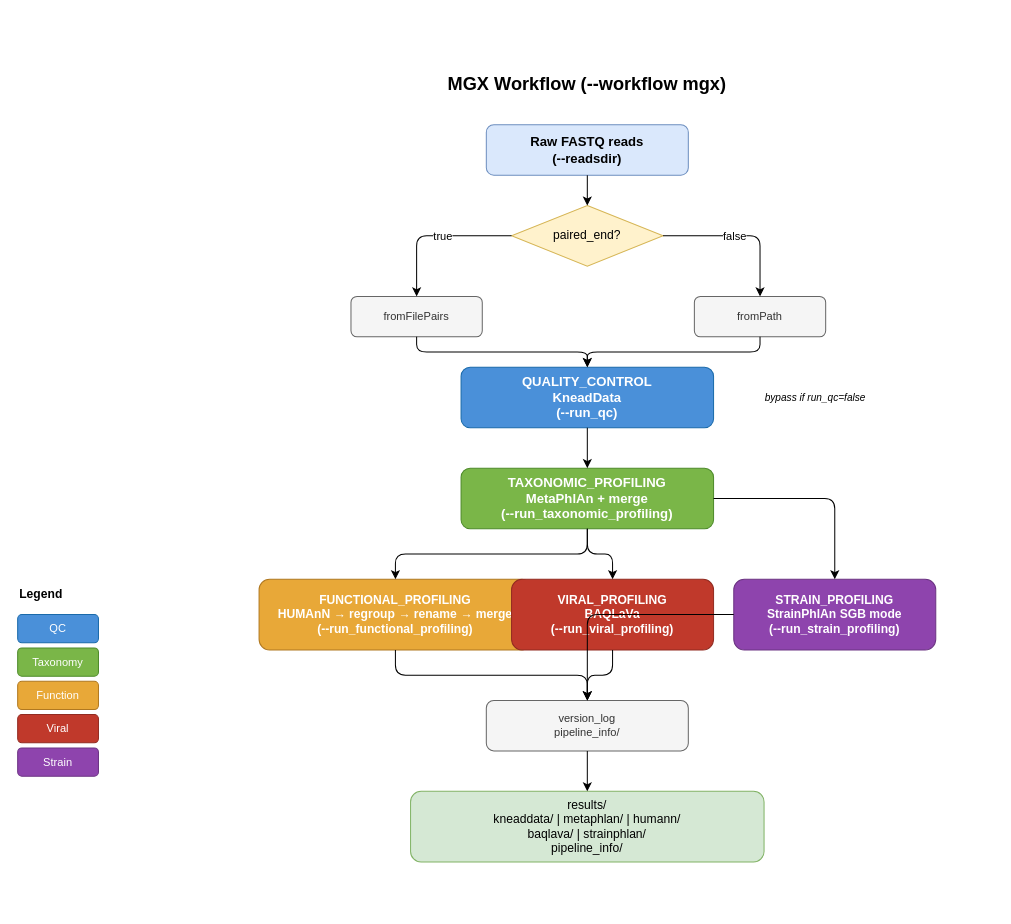
Before: assets/diagrams/mgx_workflow.drawio in biobakery/HVP-nextflow, a draw.io diagram. Source tidied: cells renumbered, new cells numbered last; positions are measured from the earlier drawing's top-left corner, leaving out a move shared by most shapes. Both pictures are drawn from the tidied source at 101%, with x=0, y=0 at pixel (17, 64).
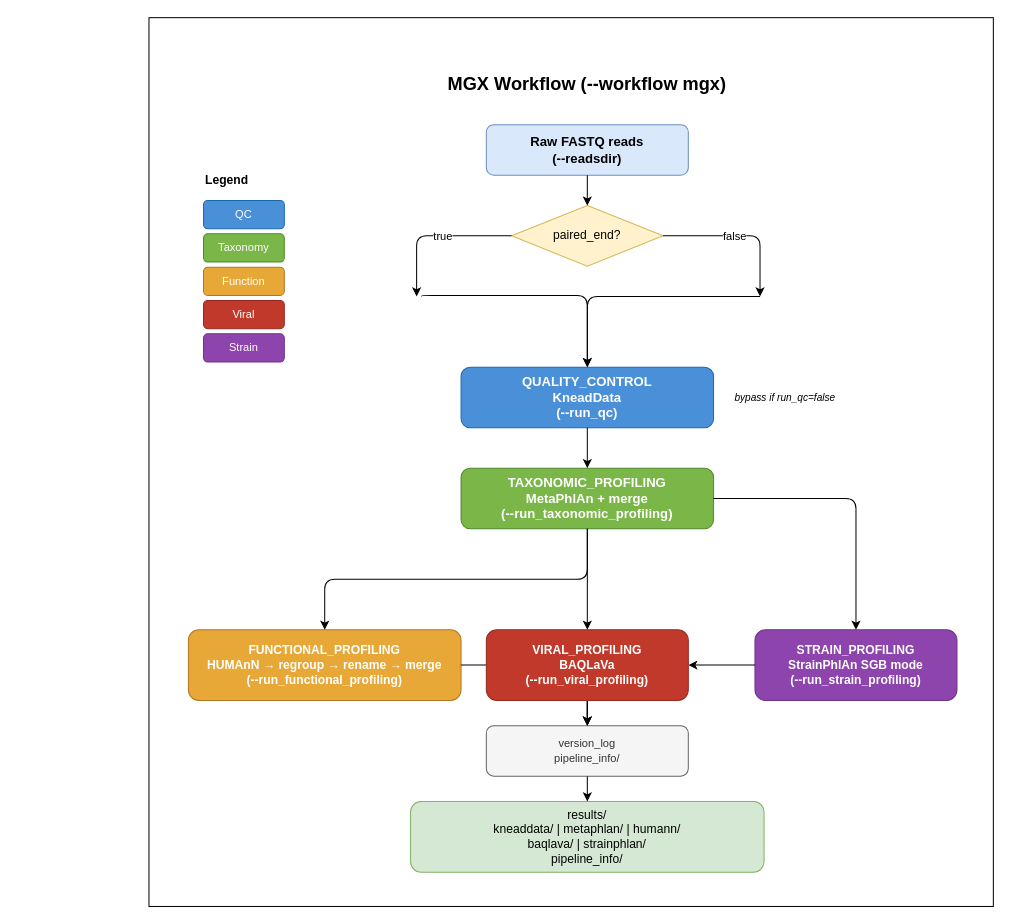
Above is the later version.

The change refers to these unchanged cells:
```xml
<mxCell id="4" value="paired_end?" style="rhombus;whiteSpace=wrap;html=1;fillColor=#fff2cc;strokeColor=#d6b656;fontSize=12;" parent="1" vertex="1">
  <mxGeometry x="489" y="140" width="150" height="60" as="geometry" />
</mxCell>
<mxCell id="7" value="QUALITY_CONTROL&#10;KneadData&#10;(--run_qc)" style="rounded=1;whiteSpace=wrap;html=1;fillColor=#4a90d9;strokeColor=#1a6aaa;fontColor=#ffffff;fontSize=13;fontStyle=1;" parent="1" vertex="1">
  <mxGeometry x="439" y="300" width="250" height="60" as="geometry" />
</mxCell>
```

The edit, as a diff of the source:
```diff
@@
+    <mxCell id="36" style="rounded=0;whiteSpace=wrap;html=1;fillColor=light-dark(#FFFFFF,#1A1A1A);" parent="1" vertex="1">
+      <mxGeometry x="130" y="-46" width="836" height="880" as="geometry" />
+    </mxCell>
@@
-    <mxCell id="5" value="fromFilePairs" style="rounded=1;whiteSpace=wrap;html=1;fillColor=#f5f5f5;strokeColor=#666666;fontColor=#333333;fontSize=11;" parent="1" vertex="1">
-      <mxGeometry x="330" y="230" width="130" height="40" as="geometry" />
-    </mxCell>
-    <mxCell id="6" value="fromPath" style="rounded=1;whiteSpace=wrap;html=1;fillColor=#f5f5f5;strokeColor=#666666;fontColor=#333333;fontSize=11;" parent="1" vertex="1">
-      <mxGeometry x="670" y="230" width="130" height="40" as="geometry" />
-    </mxCell>
@@
     <mxCell id="8" value="bypass if run_qc=false" style="text;html=1;strokeColor=none;fillColor=none;align=center;verticalAlign=middle;whiteSpace=wrap;rounded=0;fontSize=10;fontStyle=2;" parent="1" vertex="1">
-      <mxGeometry x="710" y="315" width="160" height="30" as="geometry" />
+      <mxGeometry x="680" y="315" width="160" height="30" as="geometry" />
     </mxCell>
@@
     <mxCell id="10" value="FUNCTIONAL_PROFILING&#10;HUMAnN → regroup → rename → merge&#10;(--run_functional_profiling)" style="rounded=1;whiteSpace=wrap;html=1;fillColor=#e8a838;strokeColor=#b07820;fontColor=#ffffff;fontSize=12;fontStyle=1;" parent="1" vertex="1">
-      <mxGeometry x="239" y="510" width="270" height="70" as="geometry" />
+      <mxGeometry x="169" y="560" width="270" height="70" as="geometry" />
     </mxCell>
-    <mxCell id="11" value="VIRAL_PROFILING&#10;BAQLaVa&#10;(--run_viral_profiling)" style="rounded=1;whiteSpace=wrap;html=1;fillColor=#c0392b;strokeColor=#922b21;fontColor=#ffffff;fontSize=12;fontStyle=1;" parent="1" vertex="1">
-      <mxGeometry x="489" y="510" width="200" height="70" as="geometry" />
-    </mxCell>
     <mxCell id="12" value="STRAIN_PROFILING&#10;StrainPhlAn SGB mode&#10;(--run_strain_profiling)" style="rounded=1;whiteSpace=wrap;html=1;fillColor=#8e44ad;strokeColor=#6c3483;fontColor=#ffffff;fontSize=12;fontStyle=1;" parent="1" vertex="1">
-      <mxGeometry x="709" y="510" width="200" height="70" as="geometry" />
+      <mxGeometry x="730" y="560" width="200" height="70" as="geometry" />
     </mxCell>
     <mxCell id="13" value="version_log&#10;pipeline_info/" style="rounded=1;whiteSpace=wrap;html=1;fillColor=#f5f5f5;strokeColor=#666666;fontColor=#333333;fontSize=11;" parent="1" vertex="1">
-      <mxGeometry x="464" y="630" width="200" height="50" as="geometry" />
+      <mxGeometry x="464" y="655" width="200" height="50" as="geometry" />
     </mxCell>
     <mxCell id="14" value="results/&#10;kneaddata/ | metaphlan/ | humann/&#10;baqlava/ | strainphlan/&#10;pipeline_info/" style="rounded=1;whiteSpace=wrap;html=1;fillColor=#d5e8d4;strokeColor=#82b366;fontSize=12;" parent="1" vertex="1">
-      <mxGeometry x="389" y="720" width="350" height="70" as="geometry" />
+      <mxGeometry x="389" y="730" width="350" height="70" as="geometry" />
     </mxCell>
@@
-    <mxCell id="16" style="edgeStyle=orthogonalEdgeStyle;" parent="1" edge="1" source="4" target="5">
+    <mxCell id="16" style="edgeStyle=orthogonalEdgeStyle;" parent="1" edge="1" source="4">
       <mxGeometry relative="1" as="geometry">
+        <mxPoint x="395" y="230" as="targetPoint" />
         <Array as="points">
           <mxPoint x="489" y="170" />
           <mxPoint x="395" y="170" />
         </Array>
       </mxGeometry>
     </mxCell>
@@
-    <mxCell id="18" style="edgeStyle=orthogonalEdgeStyle;" parent="1" edge="1" source="4" target="6">
+    <mxCell id="18" style="edgeStyle=orthogonalEdgeStyle;" parent="1" edge="1" source="4">
       <mxGeometry relative="1" as="geometry">
+        <mxPoint x="735" y="230" as="targetPoint" />
         <Array as="points">
           <mxPoint x="639" y="170" />
           <mxPoint x="735" y="170" />
         </Array>
       </mxGeometry>
     </mxCell>
@@
-    <mxCell id="20" style="edgeStyle=orthogonalEdgeStyle;" parent="1" edge="1" source="5" target="7">
-      <mxGeometry relative="1" as="geometry" />
+    <mxCell id="20" style="edgeStyle=orthogonalEdgeStyle;entryX=0.5;entryY=0;entryDx=0;entryDy=0;" parent="1" edge="1" target="7">
+      <mxGeometry relative="1" as="geometry">
+        <mxPoint x="400" y="230" as="sourcePoint" />
+        <Array as="points">
+          <mxPoint x="564" y="229" />
+        </Array>
+      </mxGeometry>
     </mxCell>
-    <mxCell id="21" style="edgeStyle=orthogonalEdgeStyle;" parent="1" edge="1" source="6" target="7">
-      <mxGeometry relative="1" as="geometry" />
+    <mxCell id="21" style="edgeStyle=orthogonalEdgeStyle;" parent="1" edge="1" target="7">
+      <mxGeometry relative="1" as="geometry">
+        <mxPoint x="735" y="230" as="sourcePoint" />
+        <Array as="points">
+          <mxPoint x="564" y="230" />
+        </Array>
+      </mxGeometry>
     </mxCell>
@@
-    <mxCell id="28" style="edgeStyle=orthogonalEdgeStyle;" parent="1" edge="1" source="12" target="13">
+    <mxCell id="28" style="edgeStyle=orthogonalEdgeStyle;" parent="1" edge="1" source="11" target="13">
       <mxGeometry relative="1" as="geometry" />
     </mxCell>
@@
     <mxCell id="30" value="Legend" style="text;html=1;strokeColor=none;fillColor=none;align=left;verticalAlign=middle;fontSize=12;fontStyle=1;" parent="1" vertex="1">
-      <mxGeometry y="510" width="80" height="30" as="geometry" />
+      <mxGeometry x="184" y="100" width="80" height="30" as="geometry" />
     </mxCell>
     <mxCell id="31" value="QC" style="rounded=1;whiteSpace=wrap;html=1;fillColor=#4a90d9;strokeColor=#1a6aaa;fontColor=#ffffff;fontSize=11;" parent="1" vertex="1">
-      <mxGeometry y="545" width="80" height="28" as="geometry" />
+      <mxGeometry x="184" y="135" width="80" height="28" as="geometry" />
     </mxCell>
     <mxCell id="32" value="Taxonomy" style="rounded=1;whiteSpace=wrap;html=1;fillColor=#7ab648;strokeColor=#4d8a2a;fontColor=#ffffff;fontSize=11;" parent="1" vertex="1">
-      <mxGeometry y="578" width="80" height="28" as="geometry" />
+      <mxGeometry x="184" y="168" width="80" height="28" as="geometry" />
     </mxCell>
     <mxCell id="33" value="Function" style="rounded=1;whiteSpace=wrap;html=1;fillColor=#e8a838;strokeColor=#b07820;fontColor=#ffffff;fontSize=11;" parent="1" vertex="1">
-      <mxGeometry y="611" width="80" height="28" as="geometry" />
+      <mxGeometry x="184" y="201" width="80" height="28" as="geometry" />
     </mxCell>
     <mxCell id="34" value="Viral" style="rounded=1;whiteSpace=wrap;html=1;fillColor=#c0392b;strokeColor=#922b21;fontColor=#ffffff;fontSize=11;" parent="1" vertex="1">
-      <mxGeometry y="644" width="80" height="28" as="geometry" />
+      <mxGeometry x="184" y="234" width="80" height="28" as="geometry" />
     </mxCell>
     <mxCell id="35" value="Strain" style="rounded=1;whiteSpace=wrap;html=1;fillColor=#8e44ad;strokeColor=#6c3483;fontColor=#ffffff;fontSize=11;" parent="1" vertex="1">
-      <mxGeometry y="677" width="80" height="28" as="geometry" />
+      <mxGeometry x="184" y="267" width="80" height="28" as="geometry" />
     </mxCell>
+    <mxCell id="37" style="edgeStyle=orthogonalEdgeStyle;" parent="1" edge="1" source="12" target="11">
+      <mxGeometry relative="1" as="geometry" />
+    </mxCell>
+    <mxCell id="11" value="VIRAL_PROFILING&#10;BAQLaVa&#10;(--run_viral_profiling)" style="rounded=1;whiteSpace=wrap;html=1;fillColor=#c0392b;strokeColor=#922b21;fontColor=#ffffff;fontSize=12;fontStyle=1;" parent="1" vertex="1">
+      <mxGeometry x="464" y="560" width="200" height="70" as="geometry" />
+    </mxCell>
```
